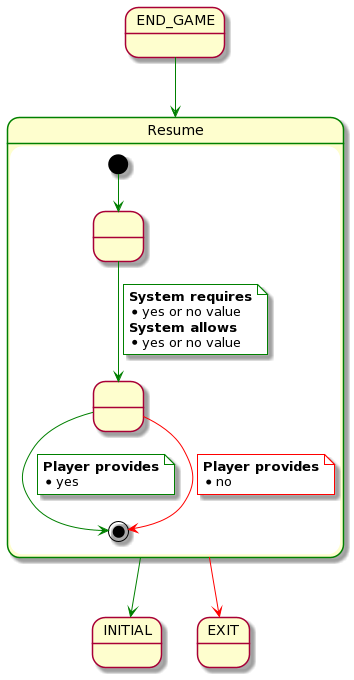
This is rup/usecase/resume.png from USantaTecla-game-backgammon/backgammon, a PlantUML export, as it was before one commit.
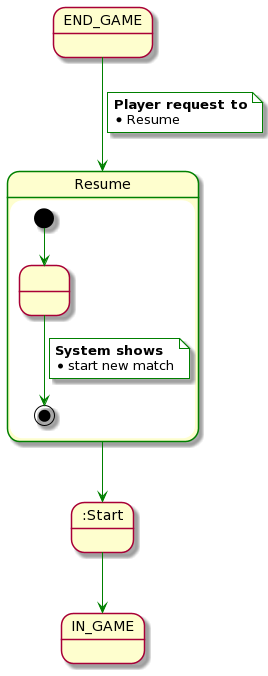
After the commit.

What changed in the source:
```diff
@@ -1,37 +1,26 @@
 @startuml
-state INITIAL
 state END_GAME
-state EXIT
-
 
 state Resume ##green {
     state " " as 1
-    state " " as 2
 
     [*] -[#green]-> 1
-    1 -[#green]-> 2
+    1 -[#green]-> [*]
     note on link #white
-        <b>System requires</b>
-        * yes or no value
-        <b>System allows</b>
-        * yes or no value
+        <b>System shows</b>
+        * start new match
     end note
 
-    2 -[#green]-> [*]
-    note on link #white
-        <b>Player provides</b>
-        * yes
-    end note
-
-    2 -[#red]-> [*]
-    note on link #white
-        <b>Player provides</b>
-        * no
-    end note
 }
 
 END_GAME -[#green]-> Resume
 
-Resume -[#green]-> INITIAL
-Resume -[#red]-> EXIT
+note on link #white
+    <b>Player request to</b>
+    * Resume
+end note
+
+Resume -[#green]-> :Start
+
+:Start -[#green]-> IN_GAME
 @enduml
```
